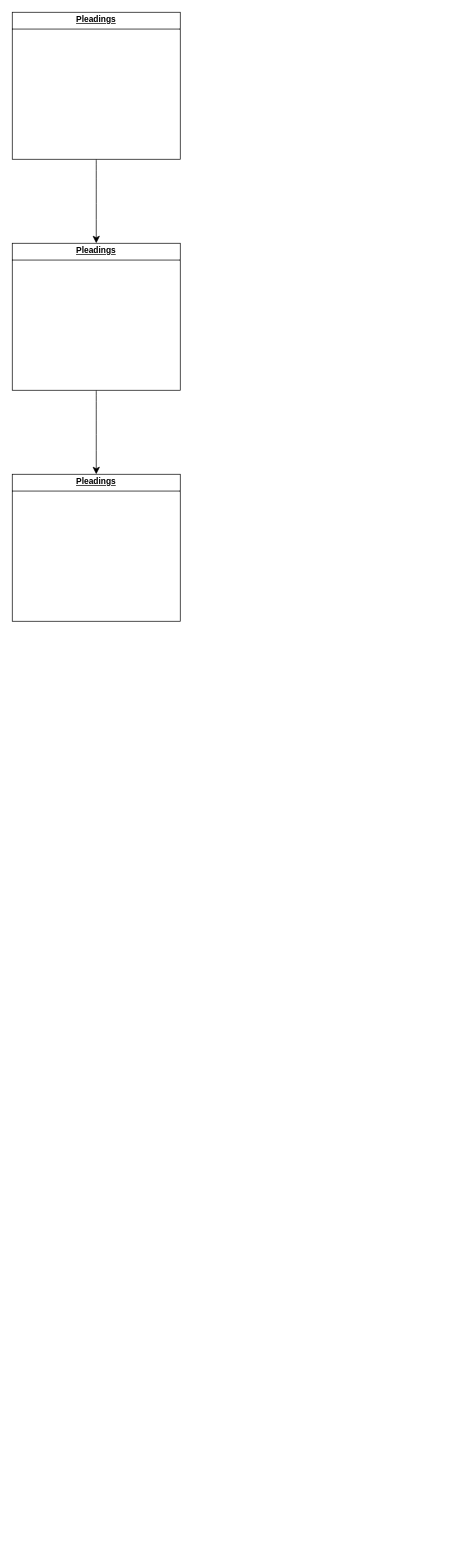
Above: Civ Pro.drawio in Jdcruz831/law-school (draw.io), before the change. Source tidied: cells renumbered, new cells numbered last; positions are measured from the earlier drawing's top-left corner, leaving out a move shared by most shapes. Both pictures are drawn from the tidied source at 70%, with x=0, y=0 at pixel (12, 12).
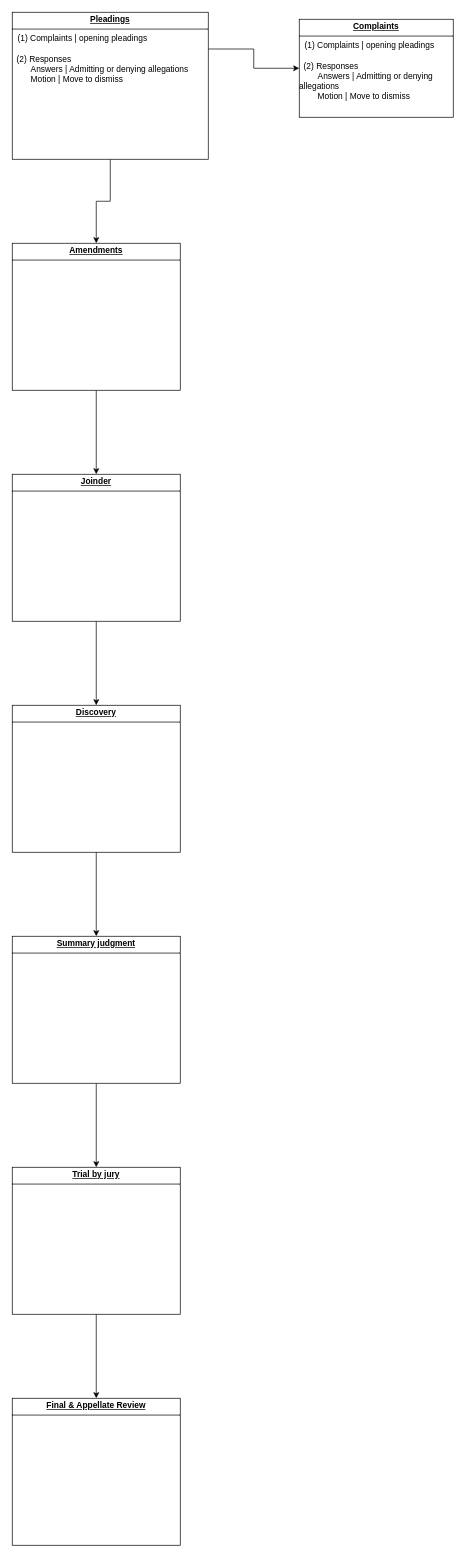
The same page after the edit.

The edit, as a diff of the source:
```diff
@@
 <mxGraphModel>
   <root>
     <mxCell id="0" />
     <mxCell id="1" parent="0" />
-    <mxCell id="2" style="edgeStyle=none;curved=1;rounded=0;jettySize=auto;html=1;fontSize=12;startSize=8;endSize=8;" parent="1" edge="1" source="3" target="5">
+    <mxCell id="2" style="edgeStyle=orthogonalEdgeStyle;rounded=0;jettySize=auto;html=1;exitX=0.5;exitY=1;exitDx=0;exitDy=0;entryX=0.5;entryY=0;entryDx=0;entryDy=0;" parent="1" edge="1" source="3" target="5">
       <mxGeometry relative="1" as="geometry" />
     </mxCell>
+    <mxCell id="7" style="edgeStyle=orthogonalEdgeStyle;rounded=0;jettySize=auto;html=1;exitX=1;exitY=0.25;exitDx=0;exitDy=0;entryX=0;entryY=0.5;entryDx=0;entryDy=0;" parent="1" edge="1" source="3" target="16">
+      <mxGeometry relative="1" as="geometry" />
+    </mxCell>
-    <mxCell id="3" value="&lt;p style=&quot;margin: 4px 0px 0px; text-align: center; text-decoration-color: currentcolor;&quot;&gt;&lt;b&gt;&lt;u&gt;Pleadings&lt;/u&gt;&lt;/b&gt;&lt;/p&gt;&lt;hr size=&quot;1&quot; style=&quot;border-style:solid;&quot;&gt;&lt;p style=&quot;margin:0px;margin-left:8px;&quot;&gt;&lt;br&gt;&lt;/p&gt;" style="verticalAlign=top;align=left;overflow=fill;html=1;whiteSpace=wrap;" parent="1" vertex="1">
-      <mxGeometry width="240" height="210" as="geometry" />
+    <mxCell id="3" value="&lt;p style=&quot;margin: 4px 0px 0px; text-align: center; text-decoration-color: currentcolor;&quot;&gt;&lt;b&gt;&lt;u&gt;Pleadings&lt;/u&gt;&lt;/b&gt;&lt;/p&gt;&lt;hr size=&quot;1&quot; style=&quot;border-style:solid;&quot;&gt;&lt;p style=&quot;margin:0px;margin-left:8px;&quot;&gt;(1)&amp;nbsp;Complaints | opening pleadings&amp;nbsp;&lt;/p&gt;&lt;div&gt;&lt;br&gt;&lt;/div&gt;&lt;div&gt;&lt;div&gt;&amp;nbsp; (2) Responses&amp;nbsp;&lt;/div&gt;&lt;div&gt;&amp;nbsp; &lt;span style=&quot;white-space: pre;&quot;&gt;&#9;&lt;/span&gt;Answers | Admitting or denying allegations &amp;nbsp;&amp;nbsp;&lt;/div&gt;&lt;/div&gt;&lt;div&gt;&lt;span style=&quot;white-space: pre;&quot;&gt;&#9;&lt;/span&gt;Motion | Move to dismiss&amp;nbsp;&lt;br&gt;&lt;/div&gt;&lt;div&gt;&lt;br&gt;&lt;/div&gt;" style="verticalAlign=top;align=left;overflow=fill;html=1;whiteSpace=wrap;" parent="1" vertex="1">
+      <mxGeometry width="280" height="210" as="geometry" />
     </mxCell>
-    <mxCell id="4" style="edgeStyle=none;curved=1;rounded=0;jettySize=auto;html=1;fontSize=12;startSize=8;endSize=8;" parent="1" edge="1" source="5" target="6">
+    <mxCell id="4" style="edgeStyle=orthogonalEdgeStyle;rounded=0;jettySize=auto;html=1;exitX=0.5;exitY=1;exitDx=0;exitDy=0;entryX=0.5;entryY=0;entryDx=0;entryDy=0;" parent="1" edge="1" source="5" target="6">
       <mxGeometry relative="1" as="geometry" />
     </mxCell>
-    <mxCell id="5" value="&lt;p style=&quot;margin: 4px 0px 0px; text-align: center; text-decoration-color: currentcolor;&quot;&gt;&lt;b&gt;&lt;u&gt;Pleadings&lt;/u&gt;&lt;/b&gt;&lt;/p&gt;&lt;hr size=&quot;1&quot; style=&quot;border-style:solid;&quot;&gt;&lt;p style=&quot;margin:0px;margin-left:8px;&quot;&gt;&lt;br&gt;&lt;/p&gt;" style="verticalAlign=top;align=left;overflow=fill;html=1;whiteSpace=wrap;" parent="1" vertex="1">
+    <mxCell id="5" value="&lt;p style=&quot;margin: 4px 0px 0px; text-align: center; text-decoration-color: currentcolor;&quot;&gt;&lt;b&gt;&lt;u&gt;Amendments&lt;/u&gt;&lt;/b&gt;&lt;br&gt;&lt;/p&gt;&lt;hr size=&quot;1&quot; style=&quot;border-style:solid;&quot;&gt;&lt;p style=&quot;margin:0px;margin-left:8px;&quot;&gt;&lt;br&gt;&lt;/p&gt;" style="verticalAlign=top;align=left;overflow=fill;html=1;whiteSpace=wrap;" parent="1" vertex="1">
       <mxGeometry y="330" width="240" height="210" as="geometry" />
     </mxCell>
+    <mxCell id="8" style="edgeStyle=orthogonalEdgeStyle;rounded=0;jettySize=auto;html=1;exitX=0.5;exitY=1;exitDx=0;exitDy=0;entryX=0.5;entryY=0;entryDx=0;entryDy=0;" parent="1" edge="1" source="6" target="10">
+      <mxGeometry relative="1" as="geometry" />
+    </mxCell>
-    <mxCell id="6" value="&lt;p style=&quot;margin: 4px 0px 0px; text-align: center; text-decoration-color: currentcolor;&quot;&gt;&lt;b&gt;&lt;u&gt;Pleadings&lt;/u&gt;&lt;/b&gt;&lt;/p&gt;&lt;hr size=&quot;1&quot; style=&quot;border-style:solid;&quot;&gt;&lt;p style=&quot;margin:0px;margin-left:8px;&quot;&gt;&lt;br&gt;&lt;/p&gt;" style="verticalAlign=top;align=left;overflow=fill;html=1;whiteSpace=wrap;" parent="1" vertex="1">
+    <mxCell id="6" value="&lt;p style=&quot;margin: 4px 0px 0px; text-align: center; text-decoration-color: currentcolor;&quot;&gt;&lt;b&gt;&lt;u&gt;Joinder&lt;/u&gt;&lt;/b&gt;&lt;/p&gt;&lt;hr size=&quot;1&quot; style=&quot;border-style:solid;&quot;&gt;&lt;p style=&quot;margin:0px;margin-left:8px;&quot;&gt;&lt;br&gt;&lt;/p&gt;" style="verticalAlign=top;align=left;overflow=fill;html=1;whiteSpace=wrap;" parent="1" vertex="1">
       <mxGeometry y="660" width="240" height="210" as="geometry" />
     </mxCell>
+    <mxCell id="9" style="edgeStyle=orthogonalEdgeStyle;rounded=0;jettySize=auto;html=1;exitX=0.5;exitY=1;exitDx=0;exitDy=0;entryX=0.5;entryY=0;entryDx=0;entryDy=0;" parent="1" edge="1" source="10" target="12">
+      <mxGeometry relative="1" as="geometry" />
+    </mxCell>
+    <mxCell id="10" value="&lt;p style=&quot;margin: 4px 0px 0px; text-align: center; text-decoration-color: currentcolor;&quot;&gt;&lt;b&gt;&lt;u&gt;Discovery&lt;/u&gt;&lt;/b&gt;&lt;/p&gt;&lt;hr size=&quot;1&quot; style=&quot;border-style:solid;&quot;&gt;&lt;p style=&quot;margin:0px;margin-left:8px;&quot;&gt;&lt;br&gt;&lt;/p&gt;" style="verticalAlign=top;align=left;overflow=fill;html=1;whiteSpace=wrap;" parent="1" vertex="1">
+      <mxGeometry y="990" width="240" height="210" as="geometry" />
+    </mxCell>
+    <mxCell id="11" style="edgeStyle=orthogonalEdgeStyle;rounded=0;jettySize=auto;html=1;exitX=0.5;exitY=1;exitDx=0;exitDy=0;" parent="1" edge="1" source="12" target="14">
+      <mxGeometry relative="1" as="geometry" />
+    </mxCell>
+    <mxCell id="12" value="&lt;p style=&quot;margin: 4px 0px 0px; text-align: center; text-decoration-color: currentcolor;&quot;&gt;&lt;b&gt;&lt;u&gt;Summary judgment&lt;/u&gt;&lt;/b&gt;&lt;br&gt;&lt;/p&gt;&lt;hr size=&quot;1&quot; style=&quot;border-style:solid;&quot;&gt;&lt;p style=&quot;margin:0px;margin-left:8px;&quot;&gt;&lt;br&gt;&lt;/p&gt;" style="verticalAlign=top;align=left;overflow=fill;html=1;whiteSpace=wrap;" parent="1" vertex="1">
+      <mxGeometry y="1320" width="240" height="210" as="geometry" />
+    </mxCell>
+    <mxCell id="13" style="edgeStyle=orthogonalEdgeStyle;rounded=0;jettySize=auto;html=1;exitX=0.5;exitY=1;exitDx=0;exitDy=0;entryX=0.5;entryY=0;entryDx=0;entryDy=0;" parent="1" edge="1" source="14" target="15">
+      <mxGeometry relative="1" as="geometry" />
+    </mxCell>
+    <mxCell id="14" value="&lt;p style=&quot;margin: 4px 0px 0px; text-align: center; text-decoration-color: currentcolor;&quot;&gt;&lt;b&gt;&lt;u&gt;Trial by jury&lt;/u&gt;&lt;/b&gt;&lt;br&gt;&lt;/p&gt;&lt;hr size=&quot;1&quot; style=&quot;border-style:solid;&quot;&gt;&lt;p style=&quot;margin:0px;margin-left:8px;&quot;&gt;&lt;br&gt;&lt;/p&gt;" style="verticalAlign=top;align=left;overflow=fill;html=1;whiteSpace=wrap;" parent="1" vertex="1">
+      <mxGeometry y="1650" width="240" height="210" as="geometry" />
+    </mxCell>
+    <mxCell id="15" value="&lt;p style=&quot;margin: 4px 0px 0px; text-align: center; text-decoration-color: currentcolor;&quot;&gt;&lt;b&gt;&lt;u&gt;Final &amp;amp; Appellate Review&lt;/u&gt;&lt;/b&gt;&lt;br&gt;&lt;/p&gt;&lt;hr size=&quot;1&quot; style=&quot;border-style:solid;&quot;&gt;&lt;p style=&quot;margin:0px;margin-left:8px;&quot;&gt;&lt;br&gt;&lt;/p&gt;" style="verticalAlign=top;align=left;overflow=fill;html=1;whiteSpace=wrap;" parent="1" vertex="1">
+      <mxGeometry y="1980" width="240" height="210" as="geometry" />
+    </mxCell>
+    <mxCell id="16" value="&lt;p style=&quot;margin: 4px 0px 0px; text-align: center; text-decoration-color: currentcolor;&quot;&gt;&lt;b&gt;&lt;u&gt;Complaints&lt;/u&gt;&lt;/b&gt;&lt;/p&gt;&lt;hr size=&quot;1&quot; style=&quot;border-style:solid;&quot;&gt;&lt;p style=&quot;margin:0px;margin-left:8px;&quot;&gt;(1)&amp;nbsp;Complaints | opening pleadings&amp;nbsp;&lt;/p&gt;&lt;div&gt;&lt;br&gt;&lt;/div&gt;&lt;div&gt;&lt;div&gt;&amp;nbsp; (2) Responses&amp;nbsp;&lt;/div&gt;&lt;div&gt;&amp;nbsp; &lt;span style=&quot;white-space: pre;&quot;&gt;&#9;&lt;/span&gt;Answers | Admitting or denying allegations &amp;nbsp;&amp;nbsp;&lt;/div&gt;&lt;/div&gt;&lt;div&gt;&lt;span style=&quot;white-space: pre;&quot;&gt;&#9;&lt;/span&gt;Motion | Move to dismiss&amp;nbsp;&lt;br&gt;&lt;/div&gt;&lt;div&gt;&lt;br&gt;&lt;/div&gt;" style="verticalAlign=top;align=left;overflow=fill;html=1;whiteSpace=wrap;" parent="1" vertex="1">
+      <mxGeometry x="410" y="10" width="220" height="140" as="geometry" />
+    </mxCell>
   </root>
 </mxGraphModel>
```
